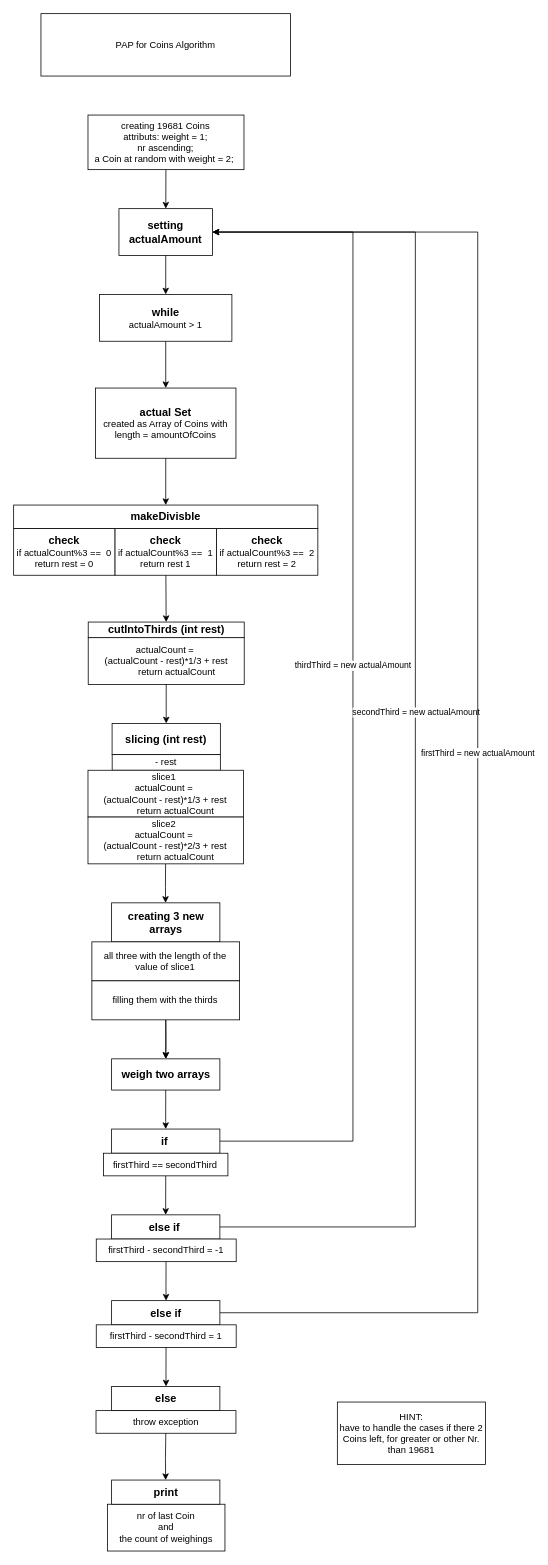
The draw.io diagram flowchartCoins.drawio in a-gafron/coinHeap, before the edit. Source tidied: cells renumbered, new cells numbered last; positions are measured from the earlier drawing's top-left corner, leaving out a move shared by most shapes. Both pictures are drawn from the tidied source at 78%, with x=0, y=0 at pixel (13, 13).
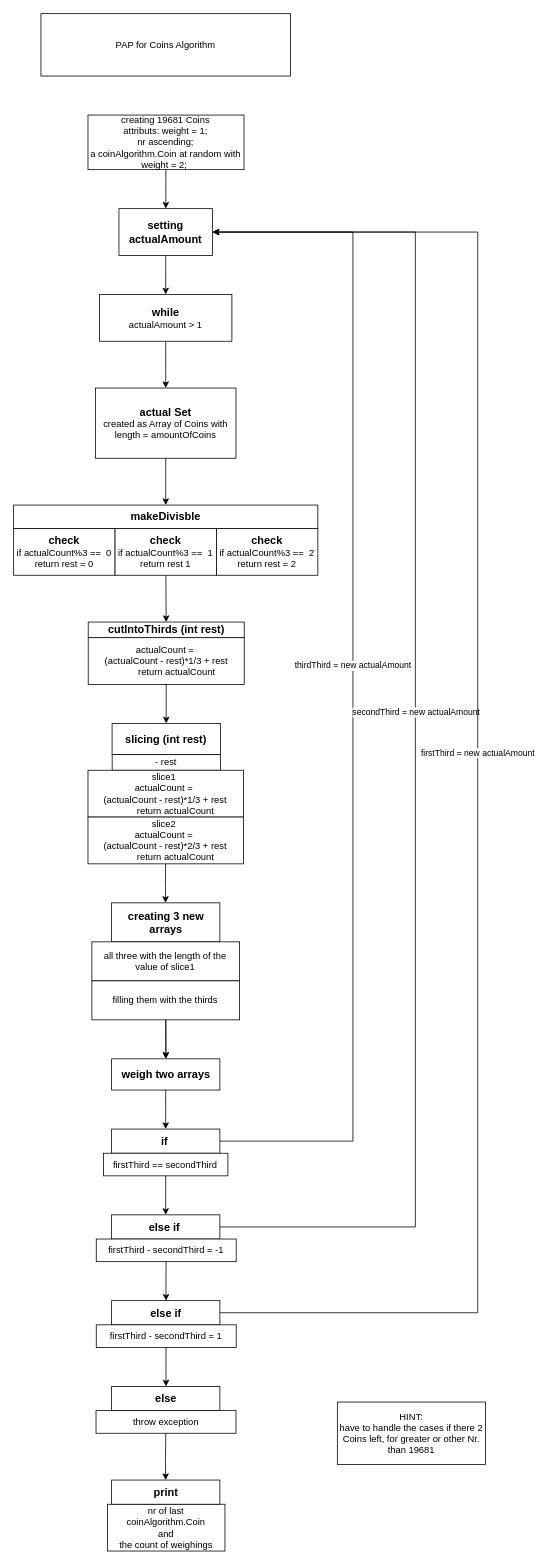
Above is the later version.

The edit, as a diff of the source:
```diff
@@
-    <mxCell id="22" value="creating 19681 Coins &lt;br&gt;attributs: weight = 1; &lt;br&gt;nr ascending&lt;span style=&quot;background-color: initial;&quot;&gt;;&lt;/span&gt;&lt;br&gt;a Coin at random with weight = 2;&amp;nbsp;" style="rounded=0;whiteSpace=wrap;html=1;" parent="1" vertex="1">
+    <mxCell id="22" value="creating 19681 Coins &lt;br&gt;attributs: weight = 1; &lt;br&gt;nr ascending&lt;span style=&quot;background-color: initial;&quot;&gt;;&lt;/span&gt;&lt;br&gt;a coinAlgorithm.Coin at random with weight = 2;&amp;nbsp;" style="rounded=0;whiteSpace=wrap;html=1;" parent="1" vertex="1">
       <mxGeometry x="95.3" y="130" width="200" height="70" as="geometry" />
     </mxCell>
@@
-    <mxCell id="49" value="nr of last Coin &lt;br&gt;and &lt;br&gt;the count of&amp;nbsp;weighings" style="rounded=0;whiteSpace=wrap;html=1;" parent="1" vertex="1">
+    <mxCell id="49" value="nr of last coinAlgorithm.Coin &lt;br&gt;and &lt;br&gt;the count of&amp;nbsp;weighings" style="rounded=0;whiteSpace=wrap;html=1;" parent="1" vertex="1">
       <mxGeometry x="120.3" y="1911" width="150.6" height="60" as="geometry" />
     </mxCell>
```
